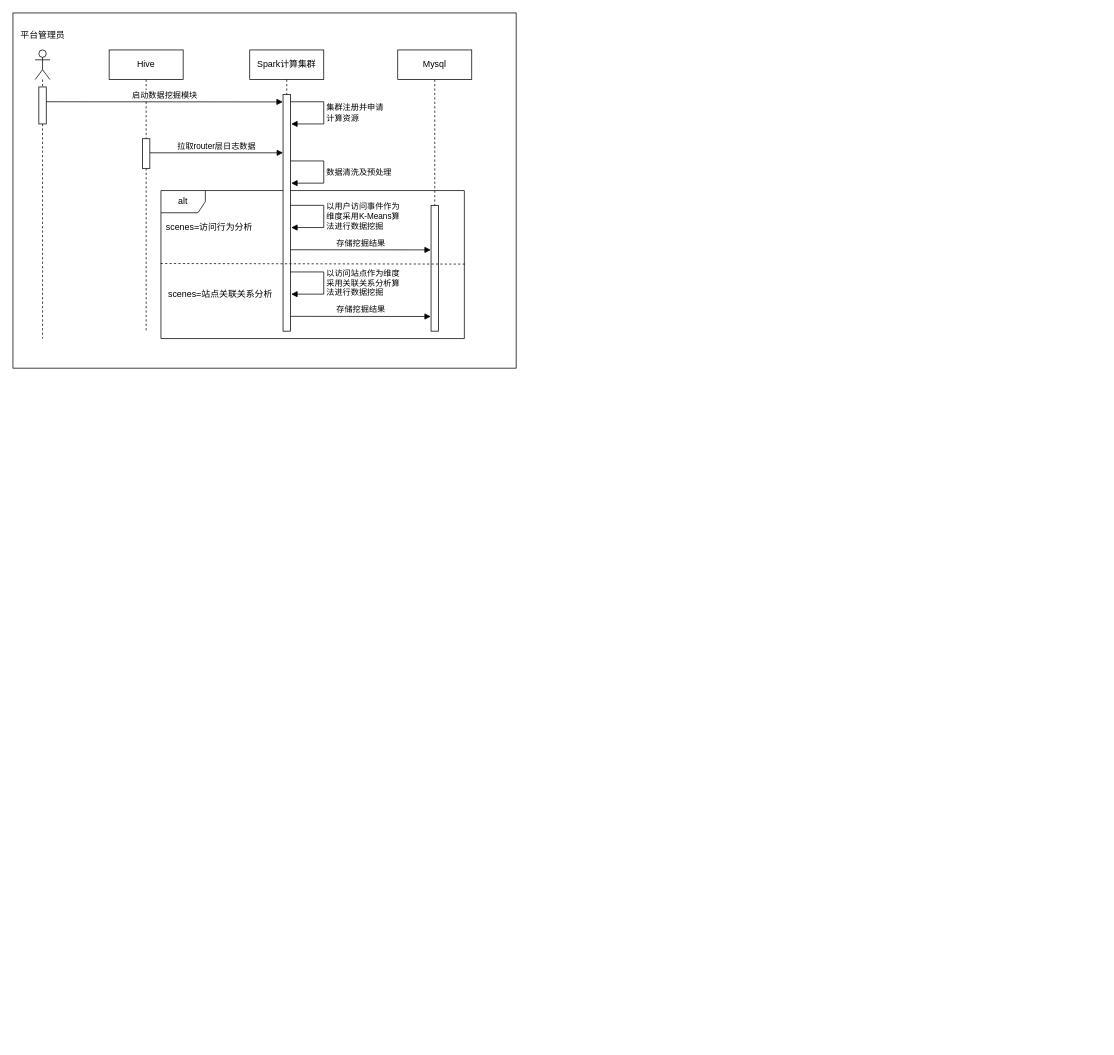
Above: Untitled Diagram.drawio in LiuHao3010/esdemo (draw.io), before the change. Source tidied: cells renumbered, new cells numbered last; positions are measured from the earlier drawing's top-left corner, leaving out a move shared by most shapes. Both pictures are drawn from the tidied source at 74%, with x=0, y=0 at pixel (13, 13).
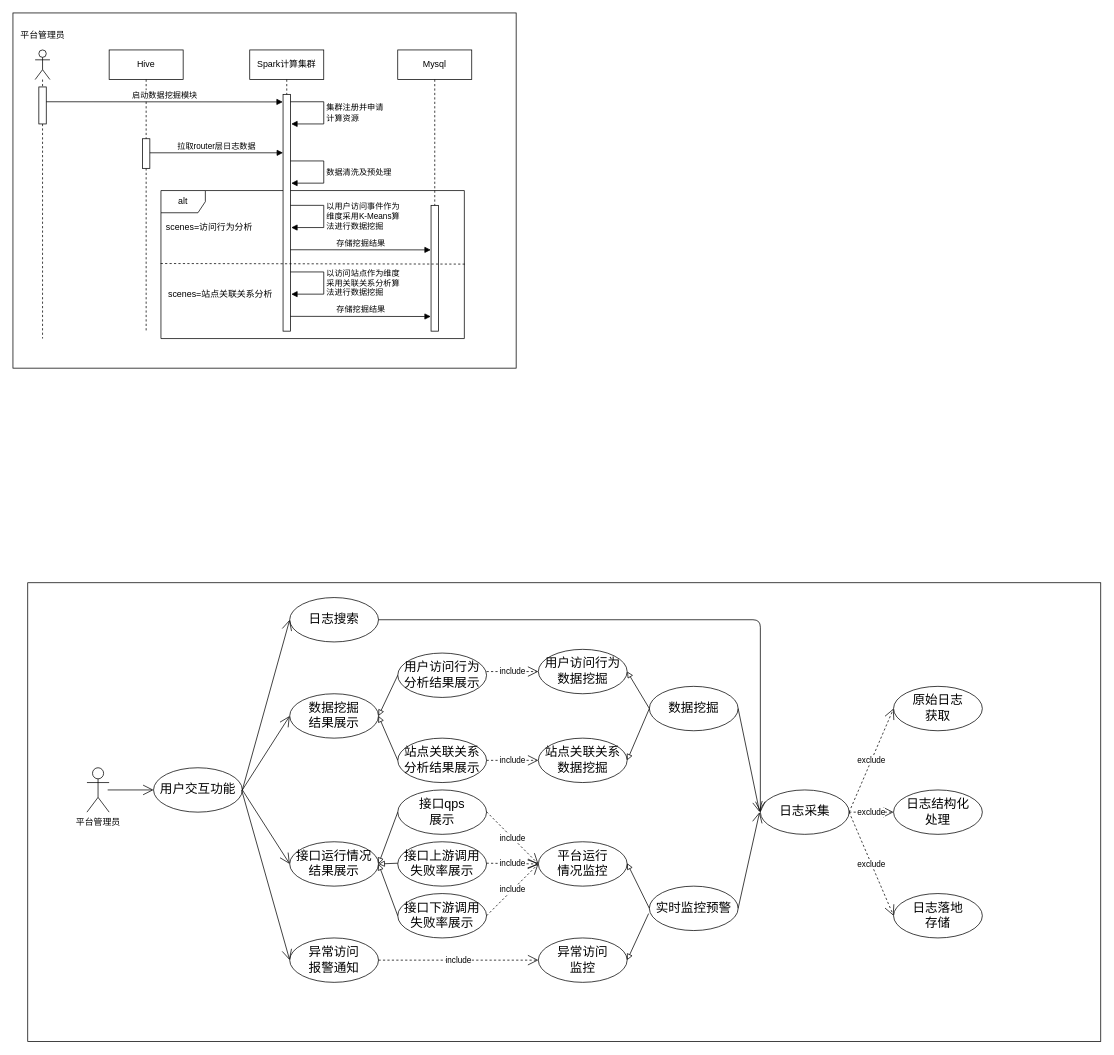
Above is the later version.

What changed in the source:
```diff
@@
+    <mxCell id="24" style="rounded=0;whiteSpace=wrap;html=1;" parent="1" vertex="1">
+      <mxGeometry x="20" y="770" width="1450" height="620" as="geometry" />
+    </mxCell>
@@
+    <mxCell id="25" value="平台管理员" style="shape=umlActor;verticalLabelPosition=bottom;verticalAlign=top;html=1;" parent="1" vertex="1">
+      <mxGeometry x="100" y="1020" width="30" height="60" as="geometry" />
+    </mxCell>
+    <mxCell id="26" value="&lt;font style=&quot;font-size: 17px&quot;&gt;用户交互功能&lt;/font&gt;" style="ellipse;whiteSpace=wrap;html=1;" parent="1" vertex="1">
+      <mxGeometry x="190" y="1020" width="120" height="60" as="geometry" />
+    </mxCell>
+    <mxCell id="27" value="&lt;font style=&quot;font-size: 17px&quot;&gt;日志搜索&lt;/font&gt;" style="ellipse;whiteSpace=wrap;html=1;" parent="1" vertex="1">
+      <mxGeometry x="374" y="790" width="120" height="60" as="geometry" />
+    </mxCell>
+    <mxCell id="28" value="&lt;font style=&quot;font-size: 17px&quot;&gt;数据挖掘&lt;br&gt;结果展示&lt;/font&gt;" style="ellipse;whiteSpace=wrap;html=1;" parent="1" vertex="1">
+      <mxGeometry x="374" y="920" width="120" height="60" as="geometry" />
+    </mxCell>
+    <mxCell id="29" value="&lt;font style=&quot;font-size: 17px&quot;&gt;接口运行情况&lt;br&gt;结果展示&lt;/font&gt;" style="ellipse;whiteSpace=wrap;html=1;" parent="1" vertex="1">
+      <mxGeometry x="374" y="1120" width="120" height="60" as="geometry" />
+    </mxCell>
+    <mxCell id="30" value="&lt;span style=&quot;font-size: 17px&quot;&gt;异常访问&lt;br&gt;&lt;/span&gt;&lt;font style=&quot;font-size: 17px&quot;&gt;报警通知&lt;/font&gt;" style="ellipse;whiteSpace=wrap;html=1;" parent="1" vertex="1">
+      <mxGeometry x="374" y="1250" width="120" height="60" as="geometry" />
+    </mxCell>
+    <mxCell id="31" style="endArrow=open;html=1;endSize=12;startArrow=none;startSize=14;startFill=0;align=left;verticalAlign=bottom;entryX=0;entryY=0.5;entryDx=0;entryDy=0;exitX=1;exitY=0.5;exitDx=0;exitDy=0;" parent="1" edge="1" source="26" target="27">
+      <mxGeometry x="-1" y="3" relative="1" as="geometry" />
+    </mxCell>
+    <mxCell id="32" style="endArrow=open;html=1;endSize=12;startArrow=none;startSize=14;startFill=0;align=left;verticalAlign=bottom;exitX=1;exitY=0.5;exitDx=0;exitDy=0;entryX=0;entryY=0.5;entryDx=0;entryDy=0;" parent="1" edge="1" source="26" target="28">
+      <mxGeometry x="-1" y="3" relative="1" as="geometry" />
+    </mxCell>
+    <mxCell id="33" style="endArrow=open;html=1;endSize=12;startArrow=none;startSize=14;startFill=0;align=left;verticalAlign=bottom;entryX=0;entryY=0.5;entryDx=0;entryDy=0;exitX=1;exitY=0.5;exitDx=0;exitDy=0;" parent="1" edge="1" source="26" target="29">
+      <mxGeometry x="-1" y="3" relative="1" as="geometry" />
+    </mxCell>
+    <mxCell id="34" style="endArrow=open;html=1;endSize=12;startArrow=none;startSize=14;startFill=0;align=left;verticalAlign=bottom;entryX=0;entryY=0.5;entryDx=0;entryDy=0;" parent="1" edge="1" target="30">
+      <mxGeometry x="-1" y="3" relative="1" as="geometry">
+        <mxPoint x="309" y="1050" as="sourcePoint" />
+      </mxGeometry>
+    </mxCell>
+    <mxCell id="35" value="&lt;font style=&quot;font-size: 17px&quot;&gt;用户访问行为&lt;br&gt;分析结果展示&lt;/font&gt;" style="ellipse;whiteSpace=wrap;html=1;" parent="1" vertex="1">
+      <mxGeometry x="520" y="865" width="120" height="60" as="geometry" />
+    </mxCell>
+    <mxCell id="36" value="&lt;font style=&quot;font-size: 17px&quot;&gt;站点关联关系&lt;br&gt;分析结果展示&lt;/font&gt;" style="ellipse;whiteSpace=wrap;html=1;" parent="1" vertex="1">
+      <mxGeometry x="520" y="980" width="120" height="60" as="geometry" />
+    </mxCell>
+    <mxCell id="37" style="endArrow=block;endFill=0;html=1;exitX=0;exitY=0.5;exitDx=0;exitDy=0;entryX=1;entryY=0.5;entryDx=0;entryDy=0;" parent="1" edge="1" source="35" target="28">
+      <mxGeometry relative="1" as="geometry" />
+    </mxCell>
+    <mxCell id="38" style="endArrow=block;endFill=0;html=1;exitX=0;exitY=0.5;exitDx=0;exitDy=0;" parent="1" edge="1">
+      <mxGeometry relative="1" as="geometry">
+        <mxPoint x="520" y="1010" as="sourcePoint" />
+        <mxPoint x="494" y="950" as="targetPoint" />
+      </mxGeometry>
+    </mxCell>
+    <mxCell id="39" value="&lt;span style=&quot;font-size: 17px&quot;&gt;接口qps&lt;br&gt;&lt;/span&gt;&lt;font style=&quot;font-size: 17px&quot;&gt;展示&lt;/font&gt;" style="ellipse;whiteSpace=wrap;html=1;" parent="1" vertex="1">
+      <mxGeometry x="520" y="1050" width="120" height="60" as="geometry" />
+    </mxCell>
+    <mxCell id="40" value="&lt;span style=&quot;font-size: 17px&quot;&gt;接口上游调用&lt;br&gt;&lt;/span&gt;&lt;font style=&quot;font-size: 17px&quot;&gt;失败率展示&lt;/font&gt;" style="ellipse;whiteSpace=wrap;html=1;" parent="1" vertex="1">
+      <mxGeometry x="520" y="1120" width="120" height="60" as="geometry" />
+    </mxCell>
+    <mxCell id="41" value="&lt;span style=&quot;font-size: 17px&quot;&gt;接口下游调用&lt;br&gt;&lt;/span&gt;&lt;font style=&quot;font-size: 17px&quot;&gt;失败率展示&lt;/font&gt;" style="ellipse;whiteSpace=wrap;html=1;" parent="1" vertex="1">
+      <mxGeometry x="520" y="1190" width="120" height="60" as="geometry" />
+    </mxCell>
+    <mxCell id="42" style="endArrow=block;endFill=0;html=1;exitX=0;exitY=0.5;exitDx=0;exitDy=0;entryX=1;entryY=0.5;entryDx=0;entryDy=0;" parent="1" edge="1" target="29">
+      <mxGeometry relative="1" as="geometry">
+        <mxPoint x="520" y="1080" as="sourcePoint" />
+      </mxGeometry>
+    </mxCell>
+    <mxCell id="43" style="endArrow=block;endFill=0;html=1;exitX=0;exitY=0.5;exitDx=0;exitDy=0;entryX=1;entryY=0.5;entryDx=0;entryDy=0;" parent="1" edge="1" target="29">
+      <mxGeometry relative="1" as="geometry">
+        <mxPoint x="520" y="1149" as="sourcePoint" />
+      </mxGeometry>
+    </mxCell>
+    <mxCell id="44" style="endArrow=block;endFill=0;html=1;exitX=0;exitY=0.5;exitDx=0;exitDy=0;" parent="1" edge="1">
+      <mxGeometry relative="1" as="geometry">
+        <mxPoint x="520" y="1220" as="sourcePoint" />
+        <mxPoint x="494" y="1150" as="targetPoint" />
+      </mxGeometry>
+    </mxCell>
+    <mxCell id="45" value="&lt;font style=&quot;font-size: 17px&quot;&gt;数据挖掘&lt;/font&gt;" style="ellipse;whiteSpace=wrap;html=1;" parent="1" vertex="1">
+      <mxGeometry x="860" y="910" width="120" height="60" as="geometry" />
+    </mxCell>
+    <mxCell id="46" value="&lt;font style=&quot;font-size: 17px&quot;&gt;日志采集&lt;/font&gt;" style="ellipse;whiteSpace=wrap;html=1;" parent="1" vertex="1">
+      <mxGeometry x="1010" y="1050" width="120" height="60" as="geometry" />
+    </mxCell>
+    <mxCell id="47" value="&lt;span style=&quot;font-size: 17px&quot;&gt;用户访问行为&lt;br&gt;数据挖掘&lt;br&gt;&lt;/span&gt;" style="ellipse;whiteSpace=wrap;html=1;" parent="1" vertex="1">
+      <mxGeometry x="710" y="860" width="120" height="60" as="geometry" />
+    </mxCell>
+    <mxCell id="48" value="&lt;span style=&quot;font-size: 17px&quot;&gt;站点关联关系&lt;/span&gt;&lt;br style=&quot;font-size: 17px&quot;&gt;&lt;span style=&quot;font-size: 17px&quot;&gt;数据挖掘&lt;br&gt;&lt;/span&gt;" style="ellipse;whiteSpace=wrap;html=1;" parent="1" vertex="1">
+      <mxGeometry x="710" y="980" width="120" height="60" as="geometry" />
+    </mxCell>
+    <mxCell id="49" value="include" style="endArrow=open;endSize=12;dashed=1;html=1;entryX=0;entryY=0.5;entryDx=0;entryDy=0;" parent="1" edge="1" target="47">
+      <mxGeometry relative="1" as="geometry">
+        <mxPoint x="640" y="890" as="sourcePoint" />
+      </mxGeometry>
+    </mxCell>
+    <mxCell id="50" value="include" style="endArrow=open;endSize=12;dashed=1;html=1;entryX=0;entryY=0.5;entryDx=0;entryDy=0;" parent="1" edge="1">
+      <mxGeometry relative="1" as="geometry">
+        <mxPoint x="640" y="1010" as="sourcePoint" />
+        <mxPoint x="710" y="1010" as="targetPoint" />
+      </mxGeometry>
+    </mxCell>
+    <mxCell id="51" style="endArrow=block;endFill=0;html=1;exitX=0;exitY=0.5;exitDx=0;exitDy=0;" parent="1" edge="1">
+      <mxGeometry relative="1" as="geometry">
+        <mxPoint x="860" y="940" as="sourcePoint" />
+        <mxPoint x="830" y="890" as="targetPoint" />
+      </mxGeometry>
+    </mxCell>
+    <mxCell id="52" style="endArrow=block;endFill=0;html=1;" parent="1" edge="1">
+      <mxGeometry relative="1" as="geometry">
+        <mxPoint x="860" y="940" as="sourcePoint" />
+        <mxPoint x="830" y="1010" as="targetPoint" />
+      </mxGeometry>
+    </mxCell>
+    <mxCell id="53" value="&lt;span style=&quot;font-size: 17px&quot;&gt;平台运行&lt;br&gt;情况监控&lt;br&gt;&lt;/span&gt;" style="ellipse;whiteSpace=wrap;html=1;" parent="1" vertex="1">
+      <mxGeometry x="710" y="1120" width="120" height="60" as="geometry" />
+    </mxCell>
+    <mxCell id="54" value="include" style="endArrow=open;endSize=12;dashed=1;html=1;entryX=0;entryY=0.5;entryDx=0;entryDy=0;" parent="1" edge="1" target="53">
+      <mxGeometry relative="1" as="geometry">
+        <mxPoint x="640" y="1079.5" as="sourcePoint" />
+      </mxGeometry>
+    </mxCell>
+    <mxCell id="55" value="include" style="endArrow=open;endSize=12;dashed=1;html=1;entryX=0;entryY=0.5;entryDx=0;entryDy=0;" parent="1" edge="1" target="53">
+      <mxGeometry relative="1" as="geometry">
+        <mxPoint x="640" y="1149" as="sourcePoint" />
+      </mxGeometry>
+    </mxCell>
+    <mxCell id="56" value="include" style="endArrow=open;endSize=12;dashed=1;html=1;entryX=0;entryY=0.5;entryDx=0;entryDy=0;" parent="1" edge="1" target="53">
+      <mxGeometry relative="1" as="geometry">
+        <mxPoint x="640" y="1220" as="sourcePoint" />
+      </mxGeometry>
+    </mxCell>
+    <mxCell id="57" value="&lt;span style=&quot;font-size: 17px&quot;&gt;异常访问&lt;br&gt;监控&lt;br&gt;&lt;/span&gt;" style="ellipse;whiteSpace=wrap;html=1;" parent="1" vertex="1">
+      <mxGeometry x="710" y="1250" width="120" height="60" as="geometry" />
+    </mxCell>
+    <mxCell id="58" value="&lt;font style=&quot;font-size: 17px&quot;&gt;实时监控预警&lt;/font&gt;" style="ellipse;whiteSpace=wrap;html=1;" parent="1" vertex="1">
+      <mxGeometry x="860" y="1180" width="120" height="60" as="geometry" />
+    </mxCell>
+    <mxCell id="59" value="include" style="endArrow=open;endSize=12;dashed=1;html=1;entryX=0;entryY=0.5;entryDx=0;entryDy=0;exitX=1;exitY=0.5;exitDx=0;exitDy=0;" parent="1" edge="1" source="30">
+      <mxGeometry relative="1" as="geometry">
+        <mxPoint x="710" y="1280" as="targetPoint" />
+      </mxGeometry>
+    </mxCell>
+    <mxCell id="60" style="endArrow=block;endFill=0;html=1;exitX=0;exitY=0.5;exitDx=0;exitDy=0;" parent="1" edge="1" source="58">
+      <mxGeometry relative="1" as="geometry">
+        <mxPoint x="830" y="1149" as="targetPoint" />
+      </mxGeometry>
+    </mxCell>
+    <mxCell id="61" style="endArrow=block;endFill=0;html=1;exitX=-0.008;exitY=0.617;exitDx=0;exitDy=0;exitPerimeter=0;" parent="1" edge="1" source="58">
+      <mxGeometry relative="1" as="geometry">
+        <mxPoint x="830" y="1280" as="targetPoint" />
+      </mxGeometry>
+    </mxCell>
+    <mxCell id="62" style="endArrow=open;html=1;endSize=12;startArrow=none;startSize=14;startFill=0;align=left;verticalAlign=bottom;exitX=1;exitY=0.5;exitDx=0;exitDy=0;" parent="1" edge="1">
+      <mxGeometry x="-1" y="3" relative="1" as="geometry">
+        <mxPoint x="980" y="940" as="sourcePoint" />
+        <mxPoint x="1009" y="1080" as="targetPoint" />
+      </mxGeometry>
+    </mxCell>
+    <mxCell id="63" style="endArrow=open;html=1;endSize=12;startArrow=none;startSize=14;startFill=0;align=left;verticalAlign=bottom;exitX=1;exitY=0.5;exitDx=0;exitDy=0;" parent="1" edge="1">
+      <mxGeometry x="-1" y="3" relative="1" as="geometry">
+        <mxPoint x="980" y="1210" as="sourcePoint" />
+        <mxPoint x="1009" y="1080" as="targetPoint" />
+      </mxGeometry>
+    </mxCell>
+    <mxCell id="64" value="&lt;font style=&quot;font-size: 17px&quot;&gt;原始日志&lt;br&gt;获取&lt;/font&gt;" style="ellipse;whiteSpace=wrap;html=1;" parent="1" vertex="1">
+      <mxGeometry x="1190" y="910" width="120" height="60" as="geometry" />
+    </mxCell>
+    <mxCell id="65" value="&lt;font style=&quot;font-size: 17px&quot;&gt;日志结构化&lt;br&gt;处理&lt;br&gt;&lt;/font&gt;" style="ellipse;whiteSpace=wrap;html=1;" parent="1" vertex="1">
+      <mxGeometry x="1190" y="1050" width="120" height="60" as="geometry" />
+    </mxCell>
+    <mxCell id="66" value="&lt;span style=&quot;font-size: 17px&quot;&gt;日志落地&lt;br&gt;存储&lt;/span&gt;" style="ellipse;whiteSpace=wrap;html=1;" parent="1" vertex="1">
+      <mxGeometry x="1190" y="1190" width="120" height="60" as="geometry" />
+    </mxCell>
+    <mxCell id="67" value="exclude" style="endArrow=open;endSize=12;dashed=1;html=1;entryX=0;entryY=0.5;entryDx=0;entryDy=0;exitX=1;exitY=0.5;exitDx=0;exitDy=0;" parent="1" edge="1" source="46" target="64">
+      <mxGeometry relative="1" as="geometry" />
+    </mxCell>
+    <mxCell id="68" value="exclude" style="endArrow=open;endSize=12;dashed=1;html=1;entryX=0;entryY=0.5;entryDx=0;entryDy=0;" parent="1" edge="1">
+      <mxGeometry relative="1" as="geometry">
+        <mxPoint x="1130" y="1080" as="sourcePoint" />
+        <mxPoint x="1190" y="1080" as="targetPoint" />
+      </mxGeometry>
+    </mxCell>
+    <mxCell id="69" value="exclude" style="endArrow=open;endSize=12;dashed=1;html=1;entryX=0;entryY=0.5;entryDx=0;entryDy=0;exitX=1;exitY=0.5;exitDx=0;exitDy=0;" parent="1" edge="1" source="46">
+      <mxGeometry relative="1" as="geometry">
+        <mxPoint x="1190" y="1220" as="targetPoint" />
+      </mxGeometry>
+    </mxCell>
+    <mxCell id="70" style="endArrow=open;html=1;endSize=12;startArrow=none;startSize=14;startFill=0;align=left;verticalAlign=bottom;exitX=1;exitY=0.5;exitDx=0;exitDy=0;" parent="1" edge="1" source="27">
+      <mxGeometry x="-1" y="3" relative="1" as="geometry">
+        <mxPoint x="1010" y="1080" as="targetPoint" />
+        <Array as="points">
+          <mxPoint x="1010" y="820" />
+        </Array>
+      </mxGeometry>
+    </mxCell>
+    <mxCell id="71" style="endArrow=open;html=1;endSize=12;startArrow=none;startSize=14;startFill=0;align=left;verticalAlign=bottom;exitX=1;exitY=0.5;exitDx=0;exitDy=0;" parent="1" edge="1">
+      <mxGeometry x="-1" y="3" relative="1" as="geometry">
+        <mxPoint x="128" y="1050" as="sourcePoint" />
+        <mxPoint x="190" y="1050" as="targetPoint" />
+      </mxGeometry>
+    </mxCell>
```
